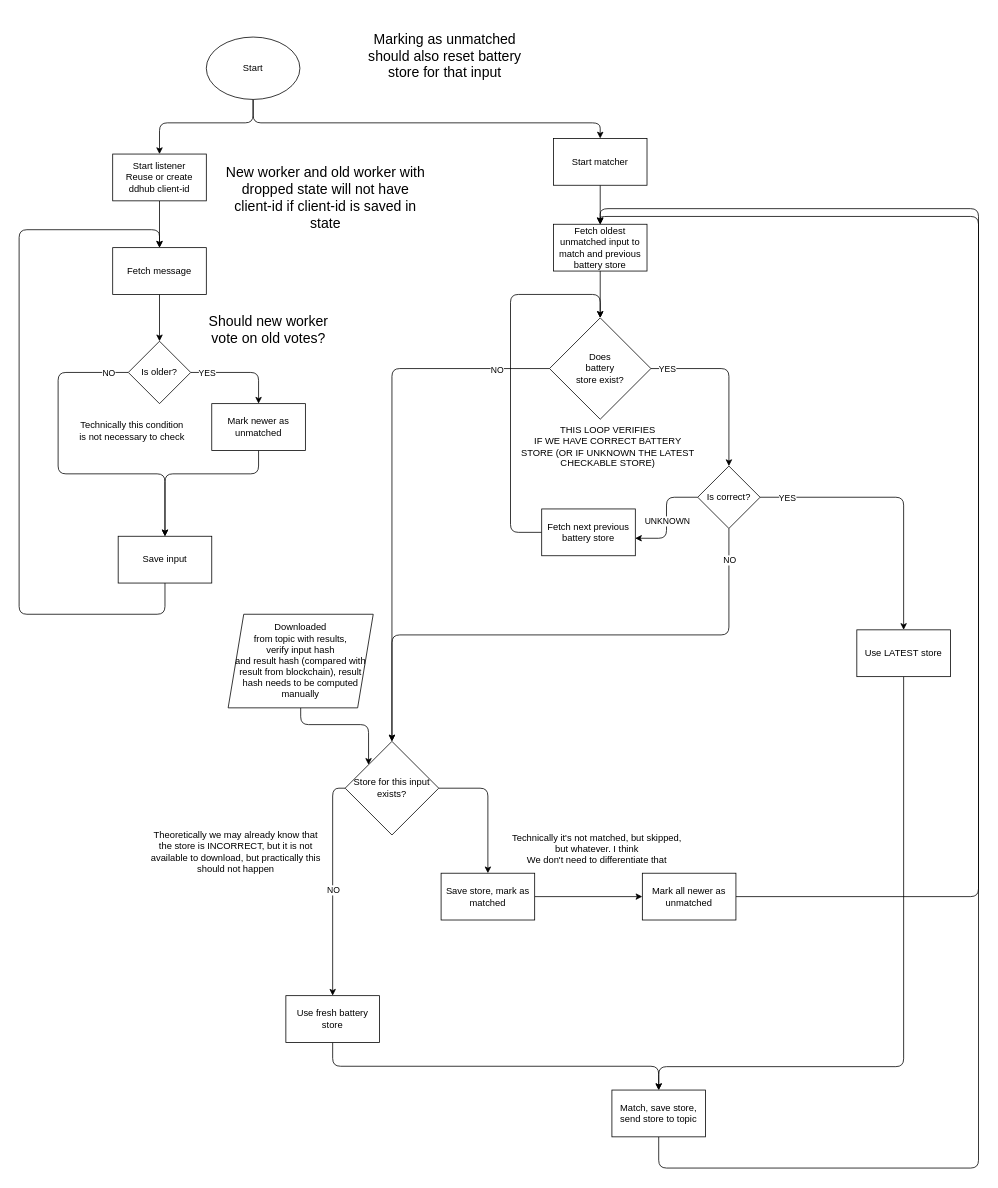
This is packages/worker-example/docs/worker.drawio from energywebfoundation/worker-contract, a draw.io file, before an edit. Source tidied: cells renumbered, new cells numbered last; positions are measured from the earlier drawing's top-left corner, leaving out a move shared by most shapes. Both pictures are drawn from the tidied source at 78%, with x=0, y=0 at pixel (-410, 13).
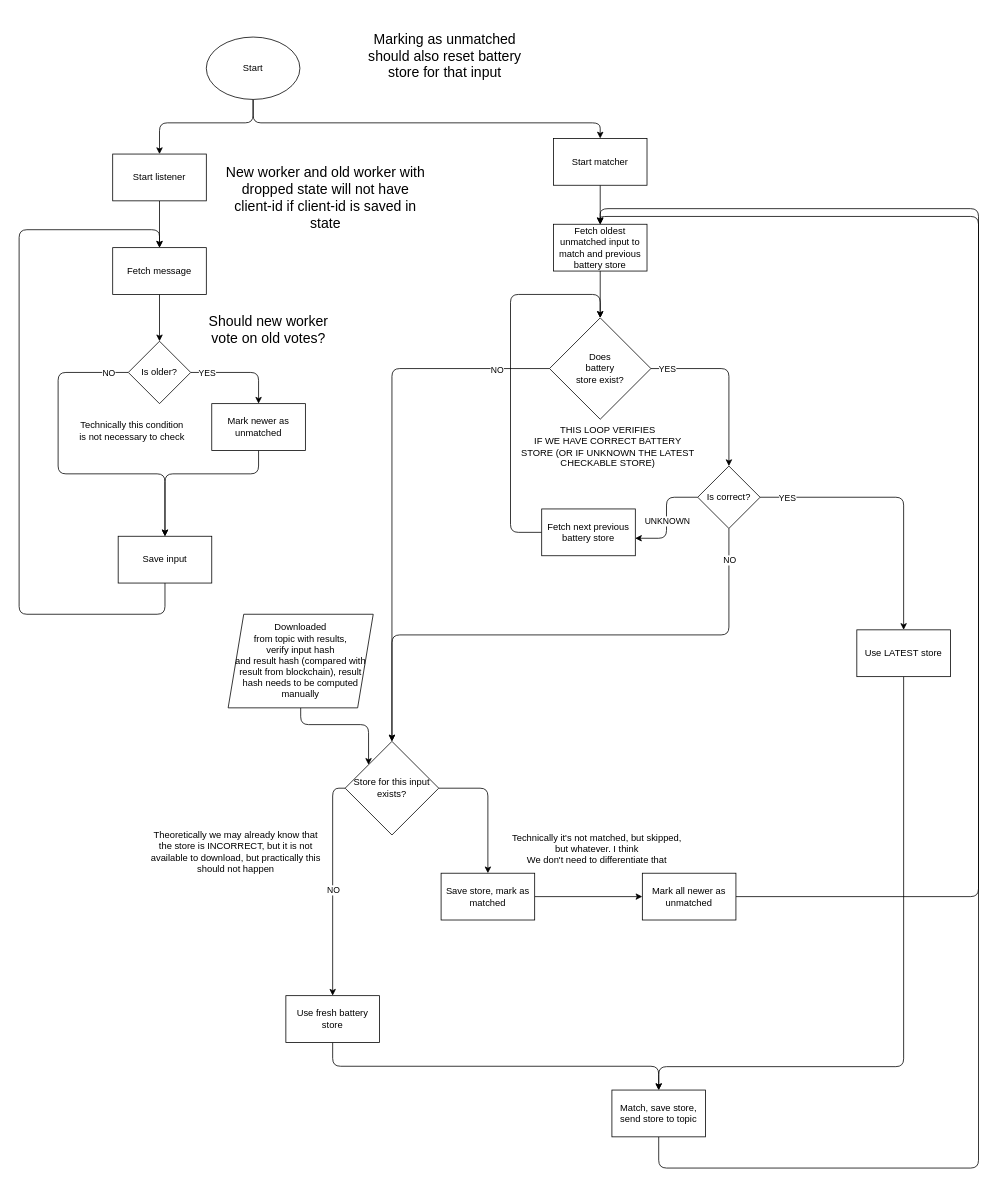
The same page after the edit.

Commit message (it also covers changes not shown here):
chore: ddhub clean up

Diff of the diagram source:
```diff
@@
-    <mxCell id="6" value="Start listener&lt;br&gt;Reuse or create ddhub client-id" style="rounded=0;whiteSpace=wrap;html=1;" parent="1" vertex="1">
+    <mxCell id="6" value="Start listener" style="rounded=0;whiteSpace=wrap;html=1;" parent="1" vertex="1">
       <mxGeometry x="670" y="180" width="120" height="60" as="geometry" />
     </mxCell>
```
